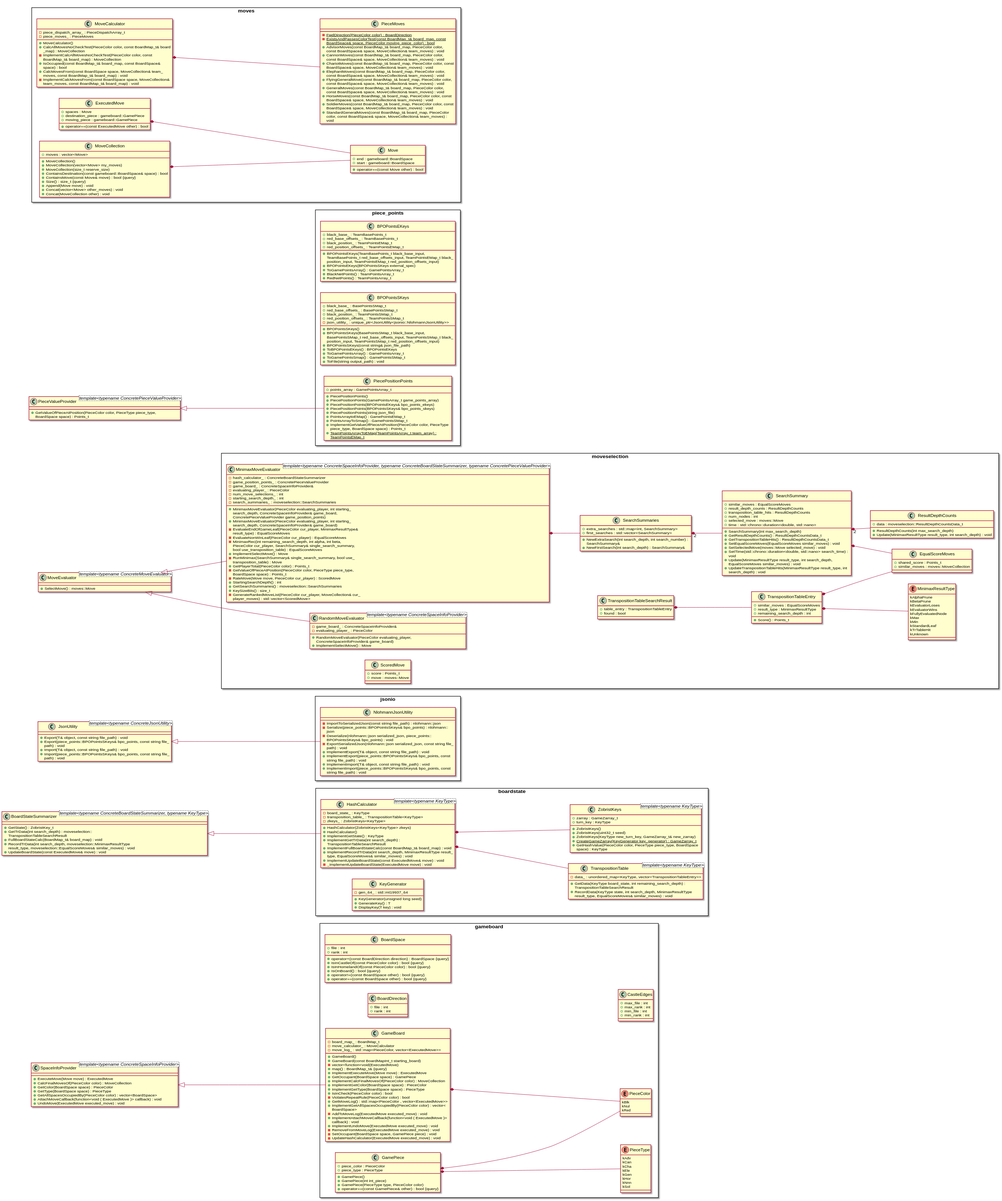
Above: docs/plantuml/xiangqigame_core.svg in duanegoodner/xiangqigame (PlantUML), before the change.
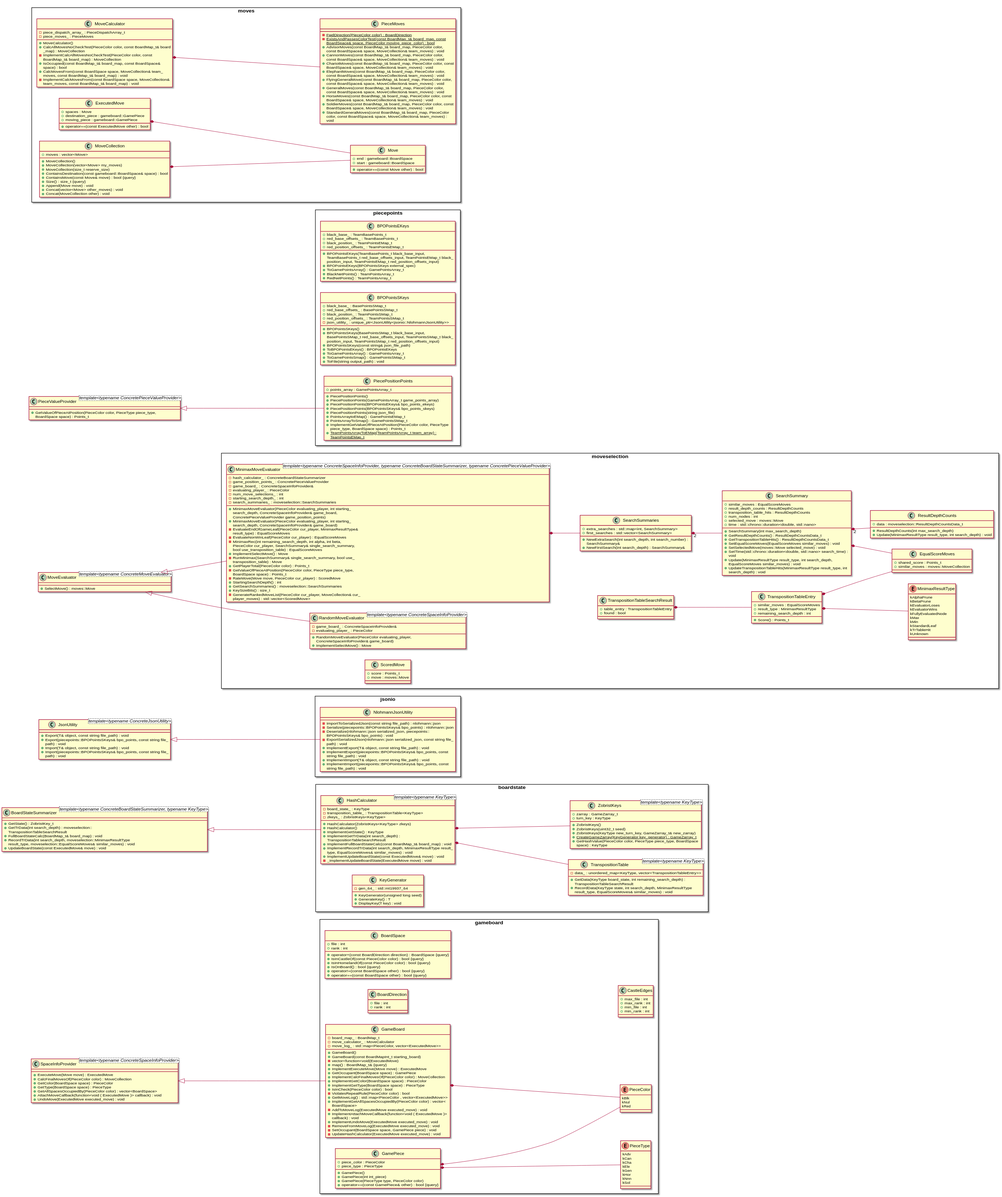
The same diagram one commit later.

What changed in the source:
```diff
@@ -4,6 +4,8 @@
 skinparam wrapWidth 400
 left to right direction
 scale 0.75
+
+
 
 
 
@@ -19,9 +21,9 @@
 
 class JsonUtility <template<typename ConcreteJsonUtility>> {
 	+Export(T& object, const string file_path) : void
-	+Export(piece_points::BPOPointsSKeys& bpo_points, const string file_path) : void
+	+Export(piecepoints::BPOPointsSKeys& bpo_points, const string file_path) : void
 	+Import(T& object, const string file_path) : void
-	+Import(piece_points::BPOPointsSKeys& bpo_points, const string file_path) : void
+	+Import(piecepoints::BPOPointsSKeys& bpo_points, const string file_path) : void
 }
 
 
@@ -46,7 +48,7 @@
 }
 
 
-namespace piece_points {
+namespace piecepoints {
 	class BPOPointsEKeys {
 		+BPOPointsEKeys(TeamBasePoints_t black_base_input, TeamBasePoints_t red_base_offsets_input, TeamPointsEMap_t black_position_input, TeamPointsEMap_t red_position_offsets_input)
 		+BPOPointsEKeys(BPOPointsSKeys external_spec)
@@ -245,13 +247,13 @@
 namespace jsonio {
 	class NlohmannJsonUtility {
 		-ImportToSerializedJson(const string file_path) : nlohmann::json
-		-Serialize(piece_points::BPOPointsSKeys& bpo_points) : nlohmann::json
-		-Deserialize(nlohmann::json serialized_json, piece_points::BPOPointsSKeys& bpo_points) : void
+		-Serialize(piecepoints::BPOPointsSKeys& bpo_points) : nlohmann::json
+		-Deserialize(nlohmann::json serialized_json, piecepoints::BPOPointsSKeys& bpo_points) : void
 		-ExportSerializedJson(nlohmann::json serialized_json, const string file_path) : void
 		+ImplementExport(T& object, const string file_path) : void
-		+ImplementExport(piece_points::BPOPointsSKeys& bpo_points, const string file_path) : void
+		+ImplementExport(piecepoints::BPOPointsSKeys& bpo_points, const string file_path) : void
 		+ImplementImport(T& object, const string file_path) : void
-		+ImplementImport(piece_points::BPOPointsSKeys& bpo_points, const string file_path) : void
+		+ImplementImport(piecepoints::BPOPointsSKeys& bpo_points, const string file_path) : void
 	}
 }
 
@@ -389,7 +391,7 @@
 MoveEvaluator <|-- moveselection.RandomMoveEvaluator
 
 
-PieceValueProvider <|-- piece_points.PiecePositionPoints
+PieceValueProvider <|-- piecepoints.PiecePositionPoints
 
 
 SpaceInfoProvider <|-- gameboard.GameBoard
```
